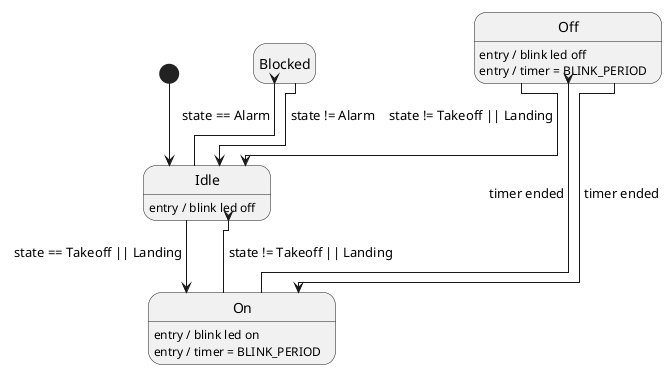
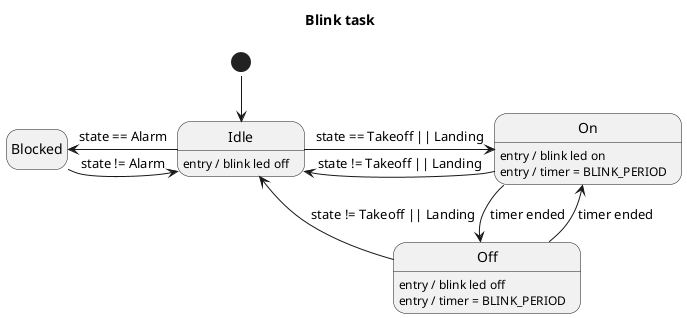
@startuml BlinkTask
- !pragma layout elk
+ !pragma layout smetana
hide empty description
+ 
+ title "Blink task"

state start <<start>>

state "Idle" as idle
idle : entry / blink led off

state "Blocked" as blocked

state "On" as on
on : entry / blink led on
on : entry / timer = BLINK_PERIOD

state "Off" as off
off : entry / blink led off
off : entry / timer = BLINK_PERIOD

- start --> idle
- idle --> on : state == Takeoff || Landing
+ start -d-> idle

- idle --> blocked : state == Alarm
- blocked --> idle : state != Alarm
+ idle -l-> blocked : state == Alarm
+ blocked -r-> idle : state != Alarm

- on --> off : timer ended
- off --> on : timer ended
+ idle -r-> on : state == Takeoff || Landing

- on --> idle : state != Takeoff || Landing
- off --> idle : state != Takeoff || Landing
+ on -d-> off : timer ended
+ off -u-> on : timer ended
+ 
+ on -l-> idle : state != Takeoff || Landing
+ off -l-> idle : state != Takeoff || Landing

@enduml
